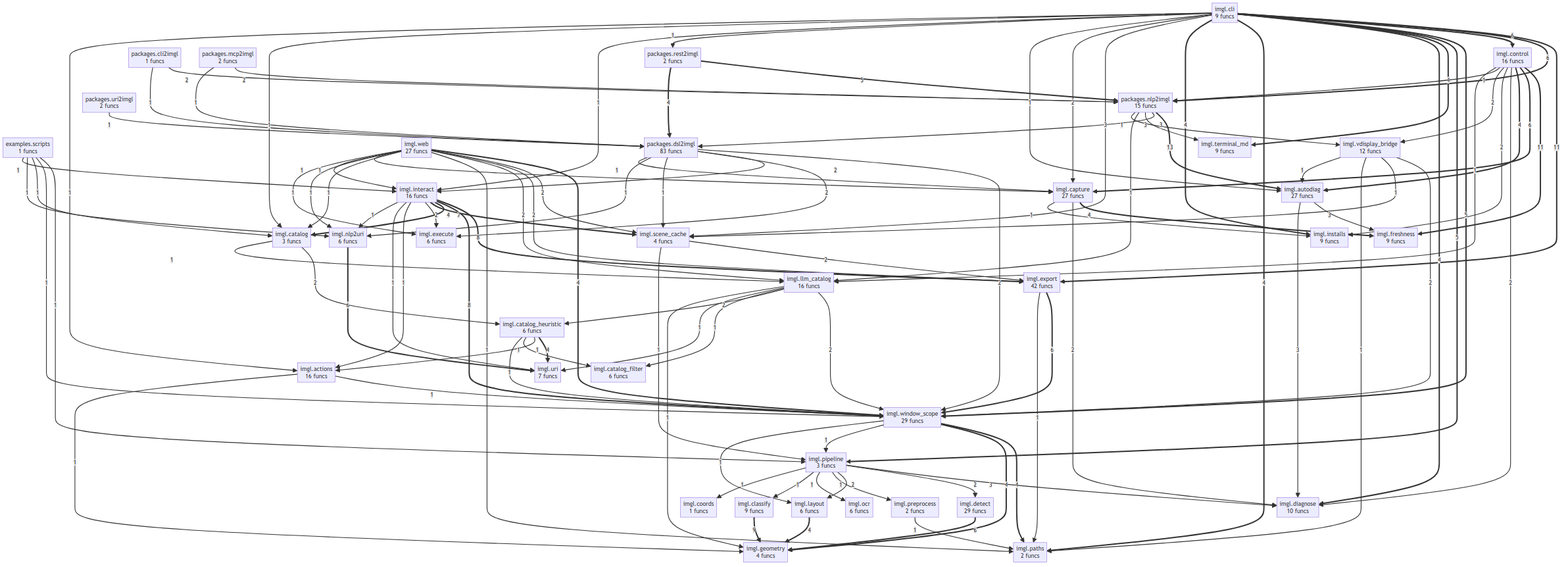
This is project/compact_flow.png from semcod/imgl, a Mermaid export, as it was before one commit. Its source is kept beside it as project/compact_flow.mmd.
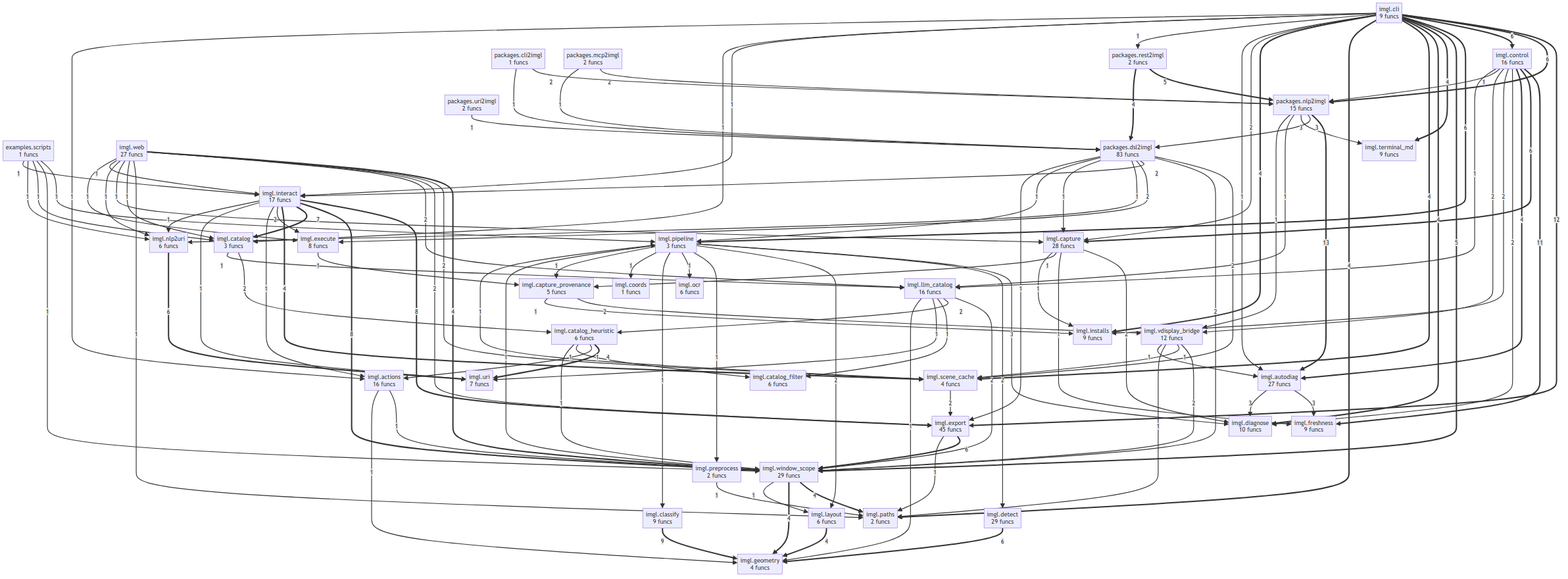
Above is the later version.

Change to the diagram source:
```diff
@@ -2,7 +2,8 @@
     examples__scripts["examples.scripts<br/>1 funcs"]
     imgl__actions["imgl.actions<br/>16 funcs"]
     imgl__autodiag["imgl.autodiag<br/>27 funcs"]
-    imgl__capture["imgl.capture<br/>27 funcs"]
+    imgl__capture["imgl.capture<br/>28 funcs"]
+    imgl__capture_provenance["imgl.capture_provenance<br/>5 funcs"]
     imgl__catalog["imgl.catalog<br/>3 funcs"]
     imgl__catalog_filter["imgl.catalog_filter<br/>6 funcs"]
     imgl__catalog_heuristic["imgl.catalog_heuristic<br/>6 funcs"]
@@ -12,12 +13,12 @@
     imgl__coords["imgl.coords<br/>1 funcs"]
     imgl__detect["imgl.detect<br/>29 funcs"]
     imgl__diagnose["imgl.diagnose<br/>10 funcs"]
-    imgl__execute["imgl.execute<br/>6 funcs"]
-    imgl__export["imgl.export<br/>42 funcs"]
+    imgl__execute["imgl.execute<br/>8 funcs"]
+    imgl__export["imgl.export<br/>45 funcs"]
     imgl__freshness["imgl.freshness<br/>9 funcs"]
     imgl__geometry["imgl.geometry<br/>4 funcs"]
     imgl__installs["imgl.installs<br/>9 funcs"]
-    imgl__interact["imgl.interact<br/>16 funcs"]
+    imgl__interact["imgl.interact<br/>17 funcs"]
     imgl__layout["imgl.layout<br/>6 funcs"]
     imgl__llm_catalog["imgl.llm_catalog<br/>16 funcs"]
     imgl__nlp2uri["imgl.nlp2uri<br/>6 funcs"]
@@ -38,67 +39,67 @@
     packages__rest2imgl["packages.rest2imgl<br/>2 funcs"]
     packages__uri2imgl["packages.uri2imgl<br/>2 funcs"]
     packages__nlp2imgl ==>|13| imgl__autodiag
-    imgl__cli ==>|11| imgl__export
+    imgl__cli ==>|12| imgl__export
     imgl__control ==>|11| imgl__freshness
     imgl__classify ==>|9| imgl__geometry
     imgl__interact ==>|8| imgl__export
     imgl__interact ==>|8| imgl__window_scope
     imgl__interact ==>|7| imgl__catalog
     imgl__nlp2uri ==>|6| imgl__uri
+    imgl__control ==>|6| imgl__capture
     imgl__export ==>|6| imgl__window_scope
     imgl__detect ==>|6| imgl__geometry
     imgl__cli ==>|6| packages__nlp2imgl
     imgl__cli ==>|6| imgl__control
-    imgl__control ==>|6| imgl__capture
+    imgl__cli ==>|6| imgl__pipeline
     packages__rest2imgl ==>|5| packages__nlp2imgl
     imgl__cli ==>|5| imgl__window_scope
-    imgl__cli ==>|5| imgl__pipeline
     packages__rest2imgl ==>|4| packages__dsl2imgl
     imgl__layout ==>|4| imgl__geometry
-    imgl__web ==>|4| imgl__window_scope
-    imgl__cli ==>|4| imgl__terminal_md
-    imgl__cli ==>|4| imgl__diagnose
-    imgl__cli ==>|4| imgl__paths
-    imgl__cli ==>|4| imgl__installs
-    imgl__interact ==>|4| imgl__scene_cache
-    imgl__capture ==>|4| imgl__freshness
     imgl__window_scope ==>|4| imgl__paths
     imgl__window_scope ==>|4| imgl__geometry
     imgl__control ==>|4| imgl__autodiag
     imgl__catalog_heuristic ==>|4| imgl__uri
-    imgl__pipeline -->|3| imgl__diagnose
+    imgl__web ==>|4| imgl__window_scope
+    imgl__cli ==>|4| imgl__terminal_md
+    imgl__cli ==>|4| imgl__diagnose
+    imgl__cli ==>|4| imgl__scene_cache
+    imgl__cli ==>|4| imgl__paths
+    imgl__cli ==>|4| imgl__installs
+    imgl__interact ==>|4| imgl__scene_cache
     packages__nlp2imgl -->|3| packages__dsl2imgl
     packages__nlp2imgl -->|3| imgl__terminal_md
     imgl__autodiag -->|3| imgl__freshness
     imgl__autodiag -->|3| imgl__diagnose
-    imgl__cli -->|3| imgl__scene_cache
+    imgl__pipeline -->|3| imgl__diagnose
     packages__cli2imgl -->|2| packages__nlp2imgl
     packages__mcp2imgl -->|2| packages__nlp2imgl
+    imgl__scene_cache -->|2| imgl__export
+    imgl__catalog -->|2| imgl__catalog_heuristic
+    imgl__llm_catalog -->|2| imgl__window_scope
+    imgl__llm_catalog -->|2| imgl__catalog_heuristic
+    imgl__pipeline -->|2| imgl__detect
+    imgl__pipeline -->|2| imgl__layout
+    imgl__control -->|2| imgl__diagnose
+    imgl__control -->|2| imgl__installs
+    imgl__control -->|2| imgl__vdisplay_bridge
+    imgl__capture_provenance -->|2| imgl__vdisplay_bridge
+    imgl__vdisplay_bridge -->|2| imgl__window_scope
+    imgl__web -->|2| imgl__scene_cache
+    imgl__web -->|2| imgl__export
+    imgl__web -->|2| imgl__llm_catalog
+    packages__dsl2imgl -->|2| imgl__scene_cache
     packages__dsl2imgl -->|2| imgl__window_scope
     packages__dsl2imgl -->|2| imgl__interact
     packages__dsl2imgl -->|2| imgl__execute
-    imgl__scene_cache -->|2| imgl__export
-    imgl__pipeline -->|2| imgl__detect
-    imgl__pipeline -->|2| imgl__layout
-    imgl__web -->|2| imgl__scene_cache
-    imgl__web -->|2| imgl__export
-    imgl__web -->|2| imgl__llm_catalog
     imgl__cli -->|2| imgl__capture
     imgl__interact -->|2| imgl__execute
-    imgl__catalog -->|2| imgl__catalog_heuristic
     imgl__capture -->|2| imgl__diagnose
-    imgl__llm_catalog -->|2| imgl__window_scope
-    imgl__llm_catalog -->|2| imgl__catalog_heuristic
-    imgl__control -->|2| imgl__diagnose
-    imgl__control -->|2| imgl__installs
-    imgl__control -->|2| imgl__vdisplay_bridge
-    imgl__vdisplay_bridge -->|2| imgl__window_scope
     packages__cli2imgl -->|1| packages__dsl2imgl
     packages__uri2imgl -->|1| packages__dsl2imgl
     packages__mcp2imgl -->|1| packages__dsl2imgl
-    packages__dsl2imgl -->|1| imgl__scene_cache
-    packages__dsl2imgl -->|1| imgl__nlp2uri
-    packages__dsl2imgl -->|1| imgl__capture
+    packages__nlp2imgl -->|1| imgl__llm_catalog
+    packages__nlp2imgl -->|1| imgl__vdisplay_bridge
     examples__scripts -->|1| imgl__pipeline
     examples__scripts -->|1| imgl__window_scope
     examples__scripts -->|1| imgl__catalog
@@ -107,11 +108,27 @@
     imgl__scene_cache -->|1| imgl__pipeline
     imgl__actions -->|1| imgl__window_scope
     imgl__actions -->|1| imgl__geometry
+    imgl__catalog -->|1| imgl__llm_catalog
     imgl__preprocess -->|1| imgl__paths
+    imgl__llm_catalog -->|1| imgl__catalog_filter
+    imgl__llm_catalog -->|1| imgl__uri
+    imgl__llm_catalog -->|1| imgl__geometry
+    imgl__window_scope -->|1| imgl__pipeline
+    imgl__window_scope -->|1| imgl__layout
     imgl__pipeline -->|1| imgl__preprocess
     imgl__pipeline -->|1| imgl__ocr
     imgl__pipeline -->|1| imgl__classify
     imgl__pipeline -->|1| imgl__coords
+    imgl__pipeline -->|1| imgl__capture_provenance
+    imgl__control -->|1| packages__nlp2imgl
+    imgl__control -->|1| imgl__llm_catalog
+    imgl__capture_provenance -->|1| imgl__installs
+    imgl__vdisplay_bridge -->|1| imgl__scene_cache
+    imgl__vdisplay_bridge -->|1| imgl__paths
+    imgl__vdisplay_bridge -->|1| imgl__autodiag
+    imgl__catalog_heuristic -->|1| imgl__actions
+    imgl__catalog_heuristic -->|1| imgl__catalog_filter
+    imgl__catalog_heuristic -->|1| imgl__window_scope
     imgl__export -->|1| imgl__paths
     imgl__web -->|1| imgl__paths
     imgl__web -->|1| imgl__catalog
@@ -119,8 +136,10 @@
     imgl__web -->|1| imgl__nlp2uri
     imgl__web -->|1| imgl__interact
     imgl__web -->|1| imgl__execute
-    packages__nlp2imgl -->|1| imgl__llm_catalog
-    packages__nlp2imgl -->|1| imgl__vdisplay_bridge
+    packages__dsl2imgl -->|1| imgl__nlp2uri
+    packages__dsl2imgl -->|1| imgl__capture
+    packages__dsl2imgl -->|1| imgl__pipeline
+    packages__dsl2imgl -->|1| imgl__export
     imgl__cli -->|1| imgl__autodiag
     imgl__cli -->|1| packages__rest2imgl
     imgl__cli -->|1| imgl__interact
@@ -129,18 +148,7 @@
     imgl__interact -->|1| imgl__actions
     imgl__interact -->|1| imgl__uri
     imgl__interact -->|1| imgl__nlp2uri
-    imgl__catalog -->|1| imgl__llm_catalog
+    imgl__capture -->|1| imgl__freshness
+    imgl__capture -->|1| imgl__capture_provenance
     imgl__capture -->|1| imgl__installs
-    imgl__llm_catalog -->|1| imgl__catalog_filter
-    imgl__llm_catalog -->|1| imgl__uri
-    imgl__llm_catalog -->|1| imgl__geometry
-    imgl__window_scope -->|1| imgl__pipeline
-    imgl__window_scope -->|1| imgl__layout
-    imgl__control -->|1| packages__nlp2imgl
-    imgl__control -->|1| imgl__llm_catalog
-    imgl__vdisplay_bridge -->|1| imgl__scene_cache
-    imgl__vdisplay_bridge -->|1| imgl__paths
-    imgl__vdisplay_bridge -->|1| imgl__autodiag
-    imgl__catalog_heuristic -->|1| imgl__actions
-    imgl__catalog_heuristic -->|1| imgl__catalog_filter
-    imgl__catalog_heuristic -->|1| imgl__window_scope
+    imgl__execute -->|1| imgl__capture_provenance
```
